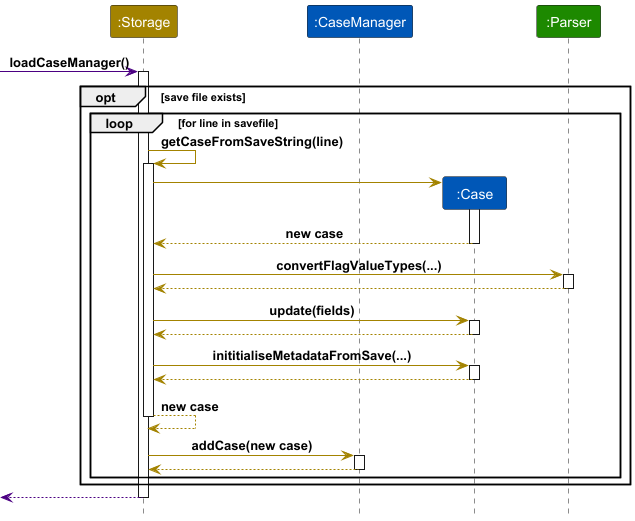
Earlier version of the PlantUML export docs/images/SequenceDiagramFileLoad.png (zhengjie2002/tp).
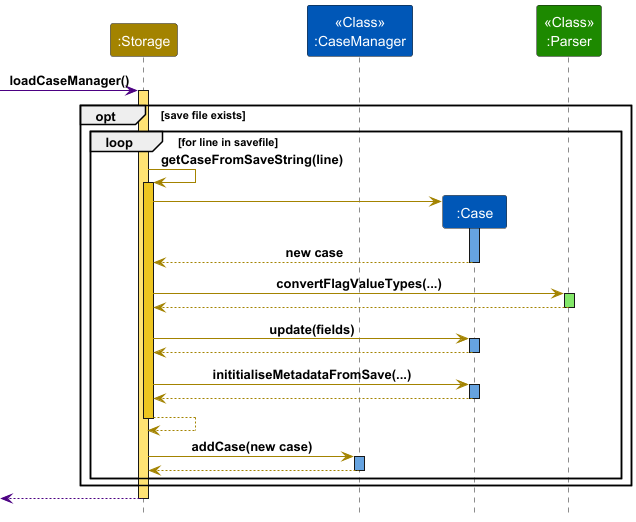
The same file after the commit.

Commit message:
Add colors to Storage sequence diagrams

What changed in the source:
```diff
@@ -2,31 +2,45 @@
 !include ../style.puml
 
 skinparam sequenceReferenceBackgroundColor #ffffff
-autoactivate on
 participant ":Storage" as S STORAGE_COLOR
-participant ":CaseManager" as CM CASEFILE_COLOR
+participant "<<Class>>\n:CaseManager" as CM CASEFILE_COLOR
 participant ":Case" as C CASEFILE_COLOR
-participant ":Parser" as P UI_COLOR
+participant "<<Class>>\n:Parser" as P UI_COLOR
+
 -[MAIN_COLOR]> S : loadCaseManager()
+activate S STORAGE_COLOR_T1
 
 opt save file exists
     loop for line in savefile
         S -[STORAGE_COLOR]> S : getCaseFromSaveString(line)
+        activate S STORAGE_COLOR_T2
         create C
         S -[STORAGE_COLOR]> C
+        activate C CASEFILE_COLOR_T1
         return new case
+        deactivate C
+
         S -[STORAGE_COLOR]> P : convertFlagValueTypes(...)
+        activate P UI_COLOR_T1
         return
+        deactivate P
         S -[STORAGE_COLOR]> C : update(fields)
+        activate C CASEFILE_COLOR_T1
         return
+        deactivate C
         S -[STORAGE_COLOR]> C : inititialiseMetadataFromSave(...)
+        activate C CASEFILE_COLOR_T1
         return
-
-        return new case
+        deactivate C
+        S --[STORAGE_COLOR]> S
+        deactivate S
         S -[STORAGE_COLOR]> CM : addCase(new case)
+        activate CM CASEFILE_COLOR_T1
         return
+        deactivate CM
     end loop
 end opt
+<[MAIN_COLOR]-- S
+deactivate S
 
-return
 @enduml
```
